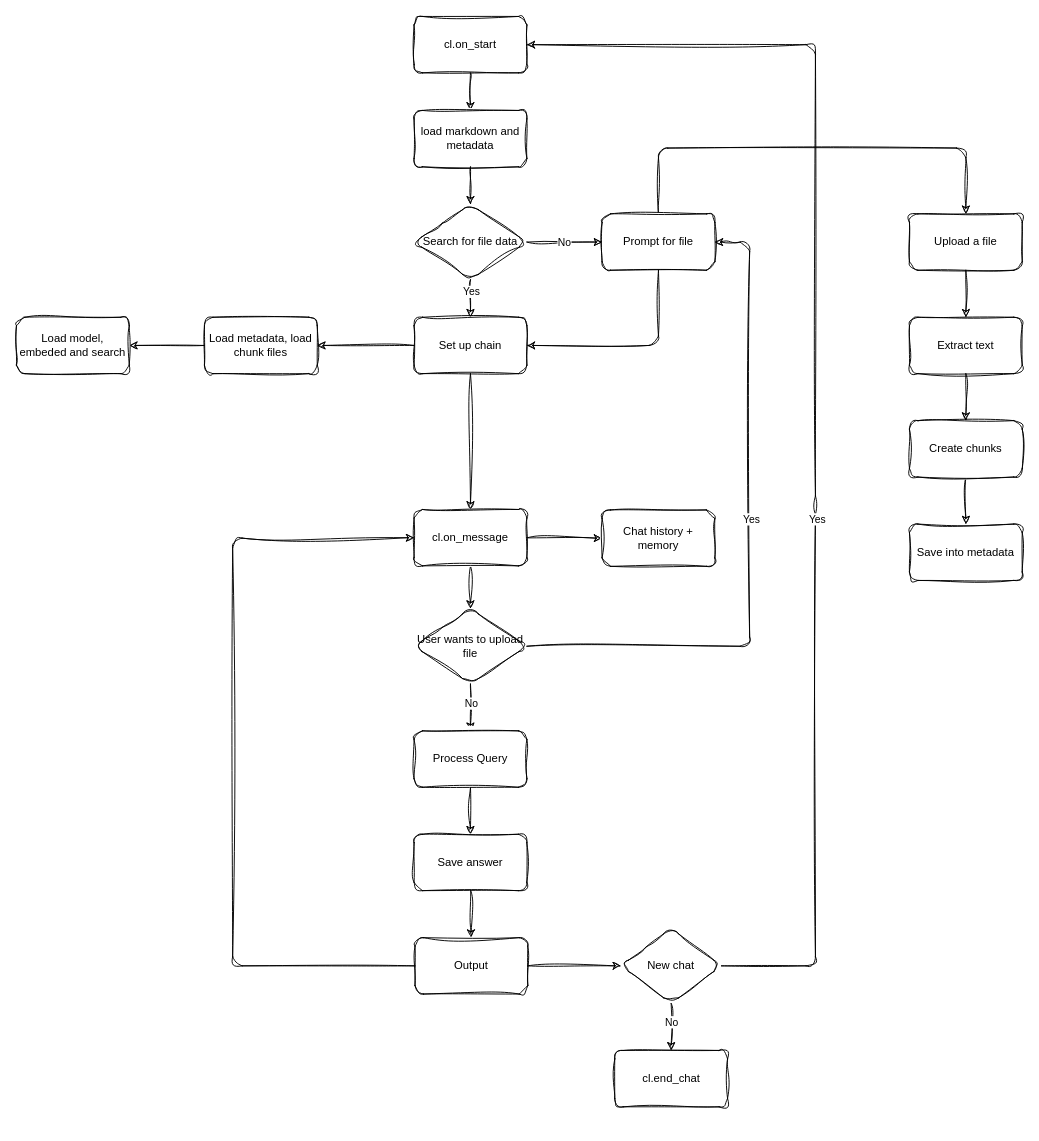
The draw.io diagram main.dio in hcuong04/rag-chat-with-pdf, before the edit. Source tidied: cells renumbered, new cells numbered last; positions are measured from the earlier drawing's top-left corner, leaving out a move shared by most shapes. Both pictures are drawn from the tidied source at 94%, with x=0, y=0 at pixel (16, 16).
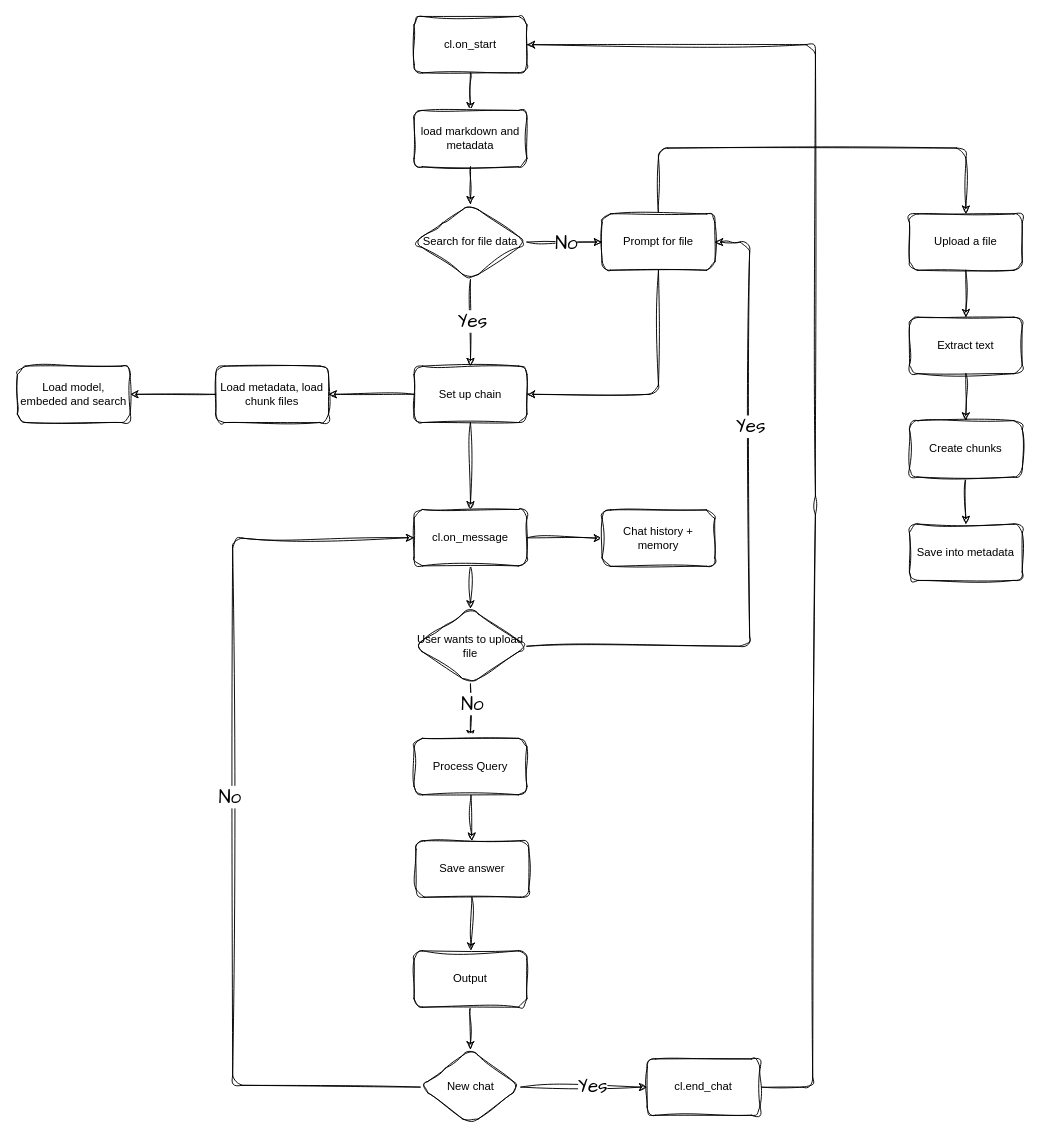
The same diagram, later.

Unchanged cells that the change refers to:
```xml
<mxCell id="3" value="cl.on_start" style="rounded=1;whiteSpace=wrap;html=1;sketch=1;curveFitting=1;jiggle=2;" parent="1" vertex="1">
  <mxGeometry x="423" width="120" height="60" as="geometry" />
</mxCell>
<mxCell id="6" style="edgeStyle=none;html=1;sketch=1;curveFitting=1;jiggle=2;" parent="1" edge="1" source="10" target="13">
  <mxGeometry relative="1" as="geometry" />
</mxCell>
<mxCell id="8" style="edgeStyle=none;html=1;sketch=1;curveFitting=1;jiggle=2;" parent="1" edge="1" source="10" target="15">
  <mxGeometry relative="1" as="geometry" />
</mxCell>
<mxCell id="13" value="Prompt for file" style="whiteSpace=wrap;html=1;sketch=1;curveFitting=1;jiggle=2;rounded=1;" parent="1" vertex="1">
  <mxGeometry x="623" y="210" width="120" height="60" as="geometry" />
</mxCell>
<mxCell id="19" value="cl.on_message" style="whiteSpace=wrap;html=1;sketch=1;curveFitting=1;jiggle=2;rounded=1;" parent="1" vertex="1">
  <mxGeometry x="423" y="524.5" width="120" height="60" as="geometry" />
</mxCell>
<mxCell id="20" style="edgeStyle=none;html=1;entryX=1;entryY=0.5;entryDx=0;entryDy=0;exitX=1;exitY=0.5;exitDx=0;exitDy=0;sketch=1;curveFitting=1;jiggle=2;" parent="1" edge="1" source="24" target="13">
  <mxGeometry relative="1" as="geometry">
    <Array as="points">
      <mxPoint x="780" y="670" />
      <mxPoint x="780" y="240" />
    </Array>
  </mxGeometry>
</mxCell>
<mxCell id="22" style="edgeStyle=none;html=1;sketch=1;curveFitting=1;jiggle=2;" parent="1" edge="1" source="24" target="26">
  <mxGeometry relative="1" as="geometry" />
</mxCell>
<mxCell id="34" style="edgeStyle=none;html=1;sketch=1;curveFitting=1;jiggle=2;" parent="1" edge="1" source="36" target="37">
  <mxGeometry relative="1" as="geometry" />
</mxCell>
```

What changed in the source:
```diff
@@
-    <mxCell id="7" value="No" style="edgeLabel;html=1;align=center;verticalAlign=middle;sketch=1;curveFitting=1;jiggle=2;rounded=1;" parent="6" vertex="1">
-      <mxGeometry x="-0.03" relative="1" as="geometry" />
-    </mxCell>
+    <mxCell id="49" value="No" style="edgeLabel;html=1;align=center;verticalAlign=middle;fontSize=20;fontFamily=Architects Daughter;" parent="6" vertex="1">
+      <mxGeometry x="0.03" y="1" relative="1" as="geometry">
+        <mxPoint y="1" as="offset" />
+      </mxGeometry>
+    </mxCell>
@@
-    <mxCell id="9" value="Yes" style="edgeLabel;html=1;align=center;verticalAlign=middle;sketch=1;curveFitting=1;jiggle=2;rounded=1;" parent="8" vertex="1">
-      <mxGeometry x="-0.42" y="2" relative="1" as="geometry">
-        <mxPoint x="-2" as="offset" />
-      </mxGeometry>
-    </mxCell>
+    <mxCell id="50" value="Yes" style="edgeLabel;html=1;align=center;verticalAlign=middle;fontSize=20;fontFamily=Architects Daughter;" parent="8" vertex="1">
+      <mxGeometry x="-0.08" y="1" relative="1" as="geometry">
+        <mxPoint y="1" as="offset" />
+      </mxGeometry>
+    </mxCell>
@@
     <mxCell id="11" style="edgeStyle=none;html=1;entryX=1;entryY=0.5;entryDx=0;entryDy=0;sketch=1;curveFitting=1;jiggle=2;" parent="1" edge="1" source="13" target="15">
       <mxGeometry relative="1" as="geometry">
         <Array as="points">
-          <mxPoint x="683" y="350" />
+          <mxPoint x="683" y="402" />
         </Array>
       </mxGeometry>
     </mxCell>
@@
     <mxCell id="15" value="Set up chain" style="whiteSpace=wrap;html=1;sketch=1;curveFitting=1;jiggle=2;rounded=1;" parent="1" vertex="1">
-      <mxGeometry x="423" y="320" width="120" height="60" as="geometry" />
+      <mxGeometry x="423" y="372" width="120" height="60" as="geometry" />
     </mxCell>
@@
-    <mxCell id="21" value="Yes" style="edgeLabel;html=1;align=center;verticalAlign=middle;sketch=1;curveFitting=1;jiggle=2;rounded=1;" parent="20" vertex="1">
-      <mxGeometry x="0.06" y="-1" relative="1" as="geometry" />
-    </mxCell>
+    <mxCell id="51" value="Yes" style="edgeLabel;html=1;align=center;verticalAlign=middle;fontSize=20;fontFamily=Architects Daughter;" parent="20" vertex="1">
+      <mxGeometry x="0.34" relative="1" as="geometry" />
+    </mxCell>
@@
-    <mxCell id="23" value="No" style="edgeLabel;html=1;align=center;verticalAlign=middle;sketch=1;curveFitting=1;jiggle=2;rounded=1;" parent="22" vertex="1">
-      <mxGeometry x="-0.4" relative="1" as="geometry">
-        <mxPoint y="5" as="offset" />
-      </mxGeometry>
-    </mxCell>
+    <mxCell id="52" value="No" style="edgeLabel;html=1;align=center;verticalAlign=middle;fontSize=20;fontFamily=Architects Daughter;" parent="22" vertex="1">
+      <mxGeometry x="-0.34" y="1" relative="1" as="geometry">
+        <mxPoint y="1" as="offset" />
+      </mxGeometry>
+    </mxCell>
@@
     <mxCell id="26" value="Process Query" style="whiteSpace=wrap;html=1;sketch=1;curveFitting=1;jiggle=2;rounded=1;" parent="1" vertex="1">
-      <mxGeometry x="423" y="760" width="120" height="60" as="geometry" />
+      <mxGeometry x="423" y="768" width="120" height="60" as="geometry" />
     </mxCell>
@@
     <mxCell id="28" value="Save answer" style="whiteSpace=wrap;html=1;sketch=1;curveFitting=1;jiggle=2;rounded=1;" parent="1" vertex="1">
-      <mxGeometry x="423" y="870" width="120" height="60" as="geometry" />
+      <mxGeometry x="425" y="877" width="120" height="60" as="geometry" />
     </mxCell>
-    <mxCell id="29" style="edgeStyle=none;html=1;entryX=0;entryY=0.5;entryDx=0;entryDy=0;sketch=1;curveFitting=1;jiggle=2;" parent="1" edge="1" source="31" target="19">
+    <mxCell id="29" style="edgeStyle=none;html=1;entryX=0;entryY=0.5;entryDx=0;entryDy=0;sketch=1;curveFitting=1;jiggle=2;exitX=0;exitY=0.5;exitDx=0;exitDy=0;" parent="1" edge="1" source="36" target="19">
       <mxGeometry relative="1" as="geometry">
         <Array as="points">
-          <mxPoint x="230" y="1010" />
+          <mxPoint x="230" y="1137" />
           <mxPoint x="230" y="555" />
         </Array>
       </mxGeometry>
     </mxCell>
+    <mxCell id="53" value="No" style="edgeLabel;html=1;align=center;verticalAlign=middle;fontSize=20;fontFamily=Architects Daughter;" parent="29" vertex="1">
+      <mxGeometry x="0.04" y="4" relative="1" as="geometry" />
+    </mxCell>
-    <mxCell id="30" style="edgeStyle=none;html=1;entryX=0;entryY=0.5;entryDx=0;entryDy=0;sketch=1;curveFitting=1;jiggle=2;" parent="1" edge="1" source="31" target="36">
+    <mxCell id="30" style="edgeStyle=none;html=1;entryX=0.5;entryY=0;entryDx=0;entryDy=0;sketch=1;curveFitting=1;jiggle=2;" parent="1" edge="1" source="31" target="36">
       <mxGeometry relative="1" as="geometry" />
     </mxCell>
     <mxCell id="31" value="Output" style="whiteSpace=wrap;html=1;sketch=1;curveFitting=1;jiggle=2;rounded=1;" parent="1" vertex="1">
-      <mxGeometry x="424" y="980" width="120" height="60" as="geometry" />
+      <mxGeometry x="423" y="994" width="120" height="60" as="geometry" />
     </mxCell>
-    <mxCell id="32" style="edgeStyle=none;html=1;entryX=1;entryY=0.5;entryDx=0;entryDy=0;sketch=1;curveFitting=1;jiggle=2;" parent="1" edge="1" source="36" target="3">
+    <mxCell id="32" style="edgeStyle=none;html=1;entryX=1;entryY=0.5;entryDx=0;entryDy=0;sketch=1;curveFitting=1;jiggle=2;exitX=1;exitY=0.5;exitDx=0;exitDy=0;" parent="1" edge="1" source="37" target="3">
       <mxGeometry relative="1" as="geometry">
         <Array as="points">
-          <mxPoint x="850" y="1010" />
+          <mxPoint x="847" y="1139" />
           <mxPoint x="850" y="520" />
           <mxPoint x="850" y="30" />
         </Array>
       </mxGeometry>
     </mxCell>
-    <mxCell id="33" value="Yes" style="edgeLabel;html=1;align=center;verticalAlign=middle;sketch=1;curveFitting=1;jiggle=2;rounded=1;" parent="32" vertex="1">
-      <mxGeometry x="-0.17" y="-1" relative="1" as="geometry" />
-    </mxCell>
@@
-    <mxCell id="35" value="No" style="edgeLabel;html=1;align=center;verticalAlign=middle;sketch=1;curveFitting=1;jiggle=2;rounded=1;" parent="34" vertex="1">
-      <mxGeometry x="-0.25" relative="1" as="geometry" />
-    </mxCell>
+    <mxCell id="54" value="Yes" style="edgeLabel;html=1;align=center;verticalAlign=middle;fontSize=20;fontFamily=Architects Daughter;" parent="34" vertex="1">
+      <mxGeometry x="0.11" y="2" relative="1" as="geometry">
+        <mxPoint x="1" as="offset" />
+      </mxGeometry>
+    </mxCell>
     <mxCell id="36" value="New chat" style="rhombus;whiteSpace=wrap;html=1;sketch=1;curveFitting=1;jiggle=2;rounded=1;" parent="1" vertex="1">
-      <mxGeometry x="643" y="970" width="107" height="80" as="geometry" />
+      <mxGeometry x="429.5" y="1099" width="107" height="80" as="geometry" />
     </mxCell>
     <mxCell id="37" value="cl.end_chat" style="whiteSpace=wrap;html=1;sketch=1;curveFitting=1;jiggle=2;rounded=1;" parent="1" vertex="1">
-      <mxGeometry x="636.5" y="1100" width="120" height="60" as="geometry" />
+      <mxGeometry x="671" y="1109" width="120" height="60" as="geometry" />
     </mxCell>
@@
     <mxCell id="47" value="Load metadata, load chunk files" style="whiteSpace=wrap;html=1;sketch=1;curveFitting=1;jiggle=2;rounded=1;" parent="1" vertex="1">
-      <mxGeometry x="200" y="320" width="120" height="60" as="geometry" />
+      <mxGeometry x="212" y="372" width="120" height="60" as="geometry" />
     </mxCell>
     <mxCell id="48" value="Load model, embeded and search" style="whiteSpace=wrap;html=1;sketch=1;curveFitting=1;jiggle=2;rounded=1;" parent="1" vertex="1">
-      <mxGeometry y="320" width="120" height="60" as="geometry" />
+      <mxGeometry x="1" y="372" width="120" height="60" as="geometry" />
     </mxCell>
```
